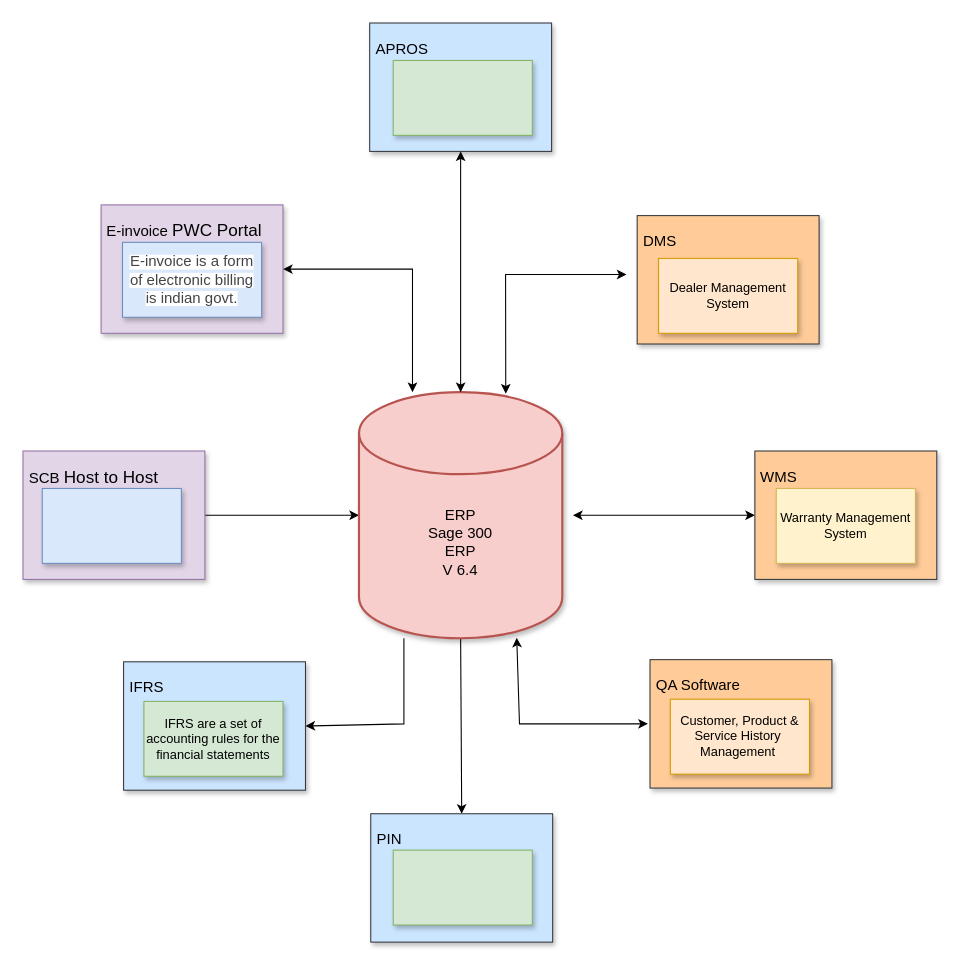
Before: Accpac Flow.drawio in Gowthamguru/demo, a draw.io diagram. Source tidied: cells renumbered, new cells numbered last; positions are measured from the earlier drawing's top-left corner, leaving out a move shared by most shapes. Both pictures are drawn from the tidied source at 107%, with x=0, y=0 at pixel (22, 22).
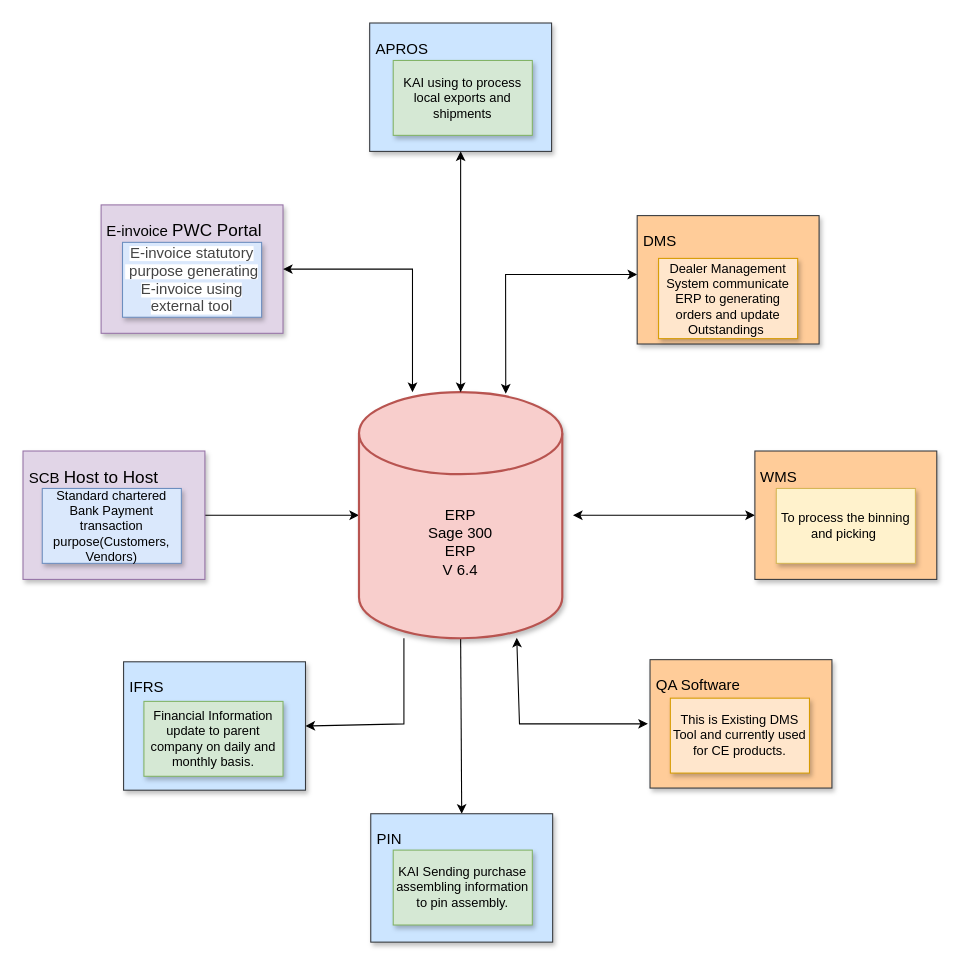
Above is the later version.

Unchanged cells that the change refers to:
```xml
<mxCell id="11" value="&lt;font style=&quot;font-size: 14px;&quot;&gt;&lt;span style=&quot;&quot;&gt;&lt;br&gt;&lt;br&gt;&lt;br&gt;ERP&lt;/span&gt;&lt;br style=&quot;&quot;&gt;&lt;span style=&quot;&quot;&gt;Sage 300&lt;/span&gt;&lt;br style=&quot;&quot;&gt;&lt;span style=&quot;&quot;&gt;ERP&lt;/span&gt;&lt;br style=&quot;&quot;&gt;&lt;span style=&quot;&quot;&gt;V 6.4&lt;/span&gt;&lt;/font&gt;" style="strokeWidth=2;html=1;shape=mxgraph.flowchart.database;whiteSpace=wrap;shadow=1;fillColor=#f8cecc;strokeColor=#b85450;" parent="1" vertex="1">
  <mxGeometry x="314" y="345" width="190" height="230" as="geometry" />
</mxCell>
```

The edit, as a diff of the source:
```diff
@@
     <mxCell id="2" style="endArrow=classic;startArrow=classic;html=1;rounded=0;exitX=0.722;exitY=0.006;exitDx=0;exitDy=0;exitPerimeter=0;" parent="1" edge="1" source="11">
       <mxGeometry relative="1" as="geometry">
-        <mxPoint x="564" y="235" as="targetPoint" />
+        <mxPoint x="574" y="235" as="targetPoint" />
         <Array as="points">
           <mxPoint x="451" y="235" />
         </Array>
       </mxGeometry>
     </mxCell>
@@
-    <mxCell id="8" value="&lt;span style=&quot;color: rgb(68, 68, 68); text-align: left; background-color: rgb(255, 255, 255);&quot;&gt;&lt;font style=&quot;font-size: 14px;&quot;&gt;E-invoice is a form of electronic billing is indian govt.&lt;/font&gt;&lt;/span&gt;" style="rounded=0;whiteSpace=wrap;html=1;shadow=1;strokeColor=#6c8ebf;fillColor=#dae8fc;" parent="1" vertex="1">
+    <mxCell id="8" value="&lt;span style=&quot;text-align: left; background-color: rgb(255, 255, 255);&quot;&gt;&lt;font style=&quot;&quot;&gt;&lt;font color=&quot;#444444&quot;&gt;&lt;span style=&quot;font-size: 14px;&quot;&gt;E-invoice statutory&lt;/span&gt;&lt;/font&gt;&lt;br&gt;&lt;font color=&quot;#444444&quot;&gt;&lt;span style=&quot;font-size: 14px;&quot;&gt;&amp;nbsp;purpose generating E-invoice using external tool&lt;/span&gt;&lt;/font&gt;&lt;/font&gt;&lt;/span&gt;" style="rounded=0;whiteSpace=wrap;html=1;shadow=1;strokeColor=#6c8ebf;fillColor=#dae8fc;" parent="1" vertex="1">
       <mxGeometry x="93" y="205" width="130" height="70" as="geometry" />
     </mxCell>
@@
-    <mxCell id="10" style="rounded=0;whiteSpace=wrap;html=1;shadow=1;strokeColor=#6c8ebf;fillColor=#dae8fc;" parent="1" vertex="1">
+    <mxCell id="10" value="Standard chartered Bank Payment transaction purpose(Customers, Vendors)" style="rounded=0;whiteSpace=wrap;html=1;shadow=1;strokeColor=#6c8ebf;fillColor=#dae8fc;" parent="1" vertex="1">
       <mxGeometry x="18" y="435" width="130" height="70" as="geometry" />
     </mxCell>
@@
-    <mxCell id="13" style="rounded=0;whiteSpace=wrap;html=1;shadow=1;strokeColor=#82b366;fillColor=#d5e8d4;" parent="1" vertex="1">
+    <mxCell id="13" value="KAI using to process local exports and shipments" style="rounded=0;whiteSpace=wrap;html=1;shadow=1;strokeColor=#82b366;fillColor=#d5e8d4;" parent="1" vertex="1">
       <mxGeometry x="346" y="35" width="130" height="70" as="geometry" />
     </mxCell>
@@
-    <mxCell id="15" value="&lt;span style=&quot;&quot;&gt;Dealer Management System&lt;/span&gt;" style="rounded=0;whiteSpace=wrap;html=1;shadow=1;strokeColor=#d79b00;fillColor=#ffe6cc;" parent="1" vertex="1">
-      <mxGeometry x="594" y="220" width="130" height="70" as="geometry" />
+    <mxCell id="15" value="&lt;span style=&quot;&quot;&gt;Dealer Management System communicate ERP to generating orders and update Outstandings&amp;nbsp;&lt;/span&gt;" style="rounded=0;whiteSpace=wrap;html=1;shadow=1;strokeColor=#d79b00;fillColor=#ffe6cc;" parent="1" vertex="1">
+      <mxGeometry x="594" y="220" width="130" height="75" as="geometry" />
     </mxCell>
@@
-    <mxCell id="17" value="&lt;span style=&quot;&quot;&gt;Warranty Management System&lt;/span&gt;" style="rounded=0;whiteSpace=wrap;html=1;shadow=1;strokeColor=#d6b656;fillColor=#fff2cc;" parent="1" vertex="1">
+    <mxCell id="17" value="To process the binning and picking&amp;nbsp;" style="rounded=0;whiteSpace=wrap;html=1;shadow=1;strokeColor=#d6b656;fillColor=#fff2cc;" parent="1" vertex="1">
       <mxGeometry x="704" y="435" width="130" height="70" as="geometry" />
     </mxCell>
@@
-    <mxCell id="22" value="&lt;span style=&quot;&quot;&gt;IFRS are a set of accounting rules for the financial statements&lt;/span&gt;" style="rounded=0;whiteSpace=wrap;html=1;shadow=1;fillColor=#d5e8d4;strokeColor=#82b366;" parent="1" vertex="1">
+    <mxCell id="22" value="&lt;span style=&quot;&quot;&gt;Financial Information update to parent company on daily and monthly basis.&lt;/span&gt;" style="rounded=0;whiteSpace=wrap;html=1;shadow=1;fillColor=#d5e8d4;strokeColor=#82b366;" parent="1" vertex="1">
       <mxGeometry x="113" y="634" width="130" height="70" as="geometry" />
     </mxCell>
@@
-    <mxCell id="24" style="rounded=0;whiteSpace=wrap;html=1;shadow=1;strokeColor=#82b366;fillColor=#d5e8d4;" parent="1" vertex="1">
+    <mxCell id="24" value="KAI Sending purchase assembling information to pin assembly." style="rounded=0;whiteSpace=wrap;html=1;shadow=1;strokeColor=#82b366;fillColor=#d5e8d4;" parent="1" vertex="1">
       <mxGeometry x="346" y="773" width="130" height="70" as="geometry" />
     </mxCell>
@@
-    <mxCell id="26" value="&lt;span style=&quot;&quot;&gt;Customer, Product &amp;amp; Service History&amp;nbsp;&lt;/span&gt;&lt;br style=&quot;&quot;&gt;&lt;span style=&quot;&quot;&gt;Management&amp;nbsp;&lt;/span&gt;" style="rounded=0;whiteSpace=wrap;html=1;shadow=1;strokeColor=#d79b00;fillColor=#ffe6cc;" parent="1" vertex="1">
-      <mxGeometry x="605" y="632" width="130" height="70" as="geometry" />
+    <mxCell id="26" value="&lt;span style=&quot;&quot;&gt;This is Existing DMS Tool and currently used for CE products.&lt;/span&gt;" style="rounded=0;whiteSpace=wrap;html=1;shadow=1;strokeColor=#d79b00;fillColor=#ffe6cc;" parent="1" vertex="1">
+      <mxGeometry x="605" y="631" width="130" height="70" as="geometry" />
     </mxCell>
```
